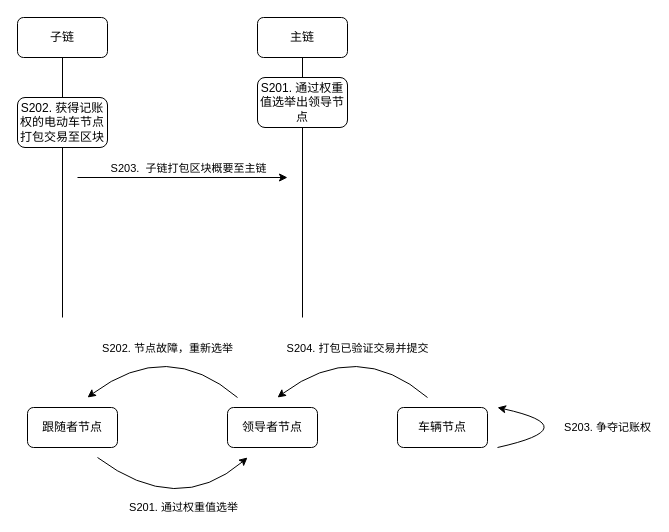
This is 专利图4.drawio from burnandgun/diagrams, a draw.io file, before an edit. Source tidied: cells renumbered, new cells numbered last; positions are measured from the earlier drawing's top-left corner, leaving out a move shared by most shapes. Both pictures are drawn from the tidied source at 100%, with x=0, y=0 at pixel (17, 17).
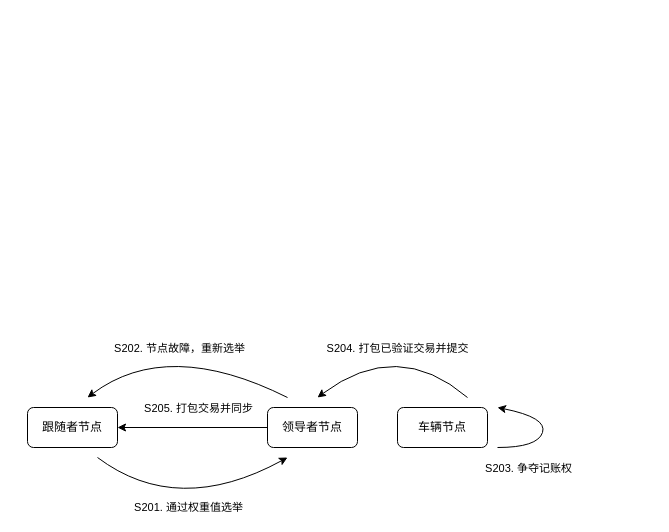
The same page after the edit.

Commit message (it also covers changes not shown here):
更新专利图4.drawio

The change refers to these unchanged cells:
```xml
<mxCell id="10" value="跟随者节点" style="rounded=1;whiteSpace=wrap;html=1;fillColor=default;" parent="1" vertex="1">
  <mxGeometry x="10" y="390" width="90" height="40" as="geometry" />
</mxCell>
```

What changed in the source:
```diff
@@
-    <mxCell id="2" value="子链" style="rounded=1;whiteSpace=wrap;html=1;fillColor=none;" parent="1" vertex="1">
-      <mxGeometry width="90" height="40" as="geometry" />
-    </mxCell>
-    <mxCell id="3" style="endArrow=none;html=1;rounded=0;entryX=0.5;entryY=1;entryDx=0;entryDy=0;" parent="1" edge="1" target="2">
-      <mxGeometry relative="1" as="geometry">
-        <mxPoint x="45" y="300" as="sourcePoint" />
-      </mxGeometry>
-    </mxCell>
-    <mxCell id="4" value="主链" style="rounded=1;whiteSpace=wrap;html=1;fillColor=none;" parent="1" vertex="1">
-      <mxGeometry x="240" width="90" height="40" as="geometry" />
-    </mxCell>
-    <mxCell id="5" style="endArrow=none;html=1;rounded=0;entryX=0.5;entryY=1;entryDx=0;entryDy=0;" parent="1" edge="1" target="4">
-      <mxGeometry relative="1" as="geometry">
-        <mxPoint x="285" y="300" as="sourcePoint" />
-      </mxGeometry>
-    </mxCell>
-    <mxCell id="6" value="S202. 获得记账权的电动车节点打包交易至区块" style="rounded=1;whiteSpace=wrap;html=1;fillColor=default;" parent="1" vertex="1">
-      <mxGeometry y="80" width="90" height="50" as="geometry" />
-    </mxCell>
-    <mxCell id="7" value="S201. 通过权重值选举出领导节点" style="rounded=1;whiteSpace=wrap;html=1;fillColor=default;" parent="1" vertex="1">
-      <mxGeometry x="240" y="60" width="90" height="50" as="geometry" />
-    </mxCell>
-    <mxCell id="8" style="endArrow=classic;html=1;rounded=0;" parent="1" edge="1">
-      <mxGeometry relative="1" as="geometry">
-        <mxPoint x="60" y="160" as="sourcePoint" />
-        <mxPoint x="270" y="160" as="targetPoint" />
-      </mxGeometry>
-    </mxCell>
-    <mxCell id="9" value="S203.&amp;nbsp; 子链打包区块概要至主链" style="edgeLabel;html=1;align=center;verticalAlign=middle;" parent="8" vertex="1">
-      <mxGeometry x="0.21" relative="1" as="geometry">
-        <mxPoint x="-17" y="-10" as="offset" />
-      </mxGeometry>
-    </mxCell>
@@
+    <mxCell id="21" style="edgeStyle=orthogonalEdgeStyle;rounded=0;jettySize=auto;html=1;" parent="1" edge="1" source="11" target="10">
+      <mxGeometry relative="1" as="geometry" />
+    </mxCell>
+    <mxCell id="22" value="S205. 打包交易并同步" style="edgeLabel;html=1;align=center;verticalAlign=middle;" parent="21" vertex="1">
+      <mxGeometry x="-0.2" relative="1" as="geometry">
+        <mxPoint x="-10" y="-20" as="offset" />
+      </mxGeometry>
+    </mxCell>
     <mxCell id="11" value="领导者节点" style="rounded=1;whiteSpace=wrap;html=1;fillColor=default;" parent="1" vertex="1">
-      <mxGeometry x="210" y="390" width="90" height="40" as="geometry" />
+      <mxGeometry x="250" y="390" width="90" height="40" as="geometry" />
     </mxCell>
     <mxCell id="12" style="curved=1;endArrow=classic;html=1;rounded=0;" parent="1" edge="1">
       <mxGeometry relative="1" as="geometry">
         <mxPoint x="80" y="440" as="sourcePoint" />
-        <mxPoint x="230" y="440" as="targetPoint" />
+        <mxPoint x="270" y="440" as="targetPoint" />
         <Array as="points">
           <mxPoint x="160" y="500" />
         </Array>
       </mxGeometry>
     </mxCell>
     <mxCell id="13" value="S201. 通过权重值选举" style="edgeLabel;html=1;align=center;verticalAlign=middle;" parent="12" vertex="1">
       <mxGeometry x="0.29" y="19" relative="1" as="geometry">
-        <mxPoint y="20" as="offset" />
+        <mxPoint x="-20" y="28" as="offset" />
       </mxGeometry>
     </mxCell>
     <mxCell id="14" style="curved=1;endArrow=classic;html=1;rounded=0;" parent="1" edge="1">
       <mxGeometry relative="1" as="geometry">
-        <mxPoint x="220" y="380" as="sourcePoint" />
+        <mxPoint x="270" y="380" as="sourcePoint" />
         <mxPoint x="70" y="380" as="targetPoint" />
         <Array as="points">
           <mxPoint x="150" y="320" />
         </Array>
       </mxGeometry>
     </mxCell>
     <mxCell id="15" value="S202. 节点故障，重新选举" style="edgeLabel;html=1;align=center;verticalAlign=middle;" parent="14" vertex="1">
       <mxGeometry x="0.29" y="19" relative="1" as="geometry">
-        <mxPoint x="14" y="-24" as="offset" />
+        <mxPoint x="14" y="-15" as="offset" />
       </mxGeometry>
     </mxCell>
@@
     <mxCell id="17" style="curved=1;endArrow=classic;html=1;rounded=0;" parent="1" edge="1">
       <mxGeometry relative="1" as="geometry">
-        <mxPoint x="410" y="380" as="sourcePoint" />
-        <mxPoint x="260" y="380" as="targetPoint" />
+        <mxPoint x="450" y="380" as="sourcePoint" />
+        <mxPoint x="300" y="380" as="targetPoint" />
         <Array as="points">
-          <mxPoint x="340" y="320" />
+          <mxPoint x="380" y="320" />
         </Array>
       </mxGeometry>
     </mxCell>
@@
     <mxCell id="19" style="curved=1;endArrow=classic;html=1;rounded=0;" parent="1" edge="1">
       <mxGeometry relative="1" as="geometry">
         <mxPoint x="480" y="430" as="sourcePoint" />
         <mxPoint x="480" y="390" as="targetPoint" />
         <Array as="points">
-          <mxPoint x="570" y="410" />
+          <mxPoint x="520" y="430" />
+          <mxPoint x="530" y="400" />
         </Array>
       </mxGeometry>
     </mxCell>
     <mxCell id="20" value="S203. 争夺记账权" style="edgeLabel;html=1;align=center;verticalAlign=middle;" parent="19" vertex="1">
       <mxGeometry x="0.29" y="19" relative="1" as="geometry">
-        <mxPoint x="50" y="-13" as="offset" />
+        <mxPoint x="-9" y="33" as="offset" />
       </mxGeometry>
     </mxCell>
```
